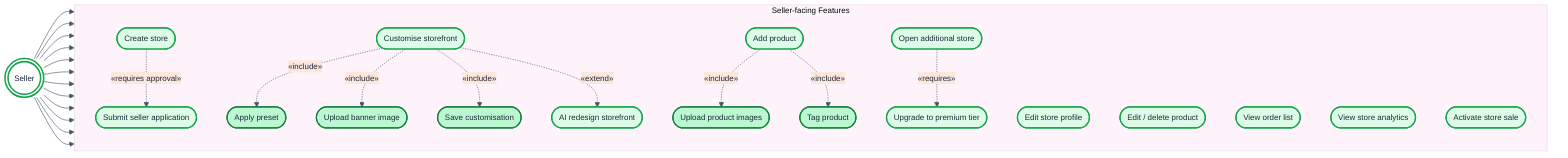
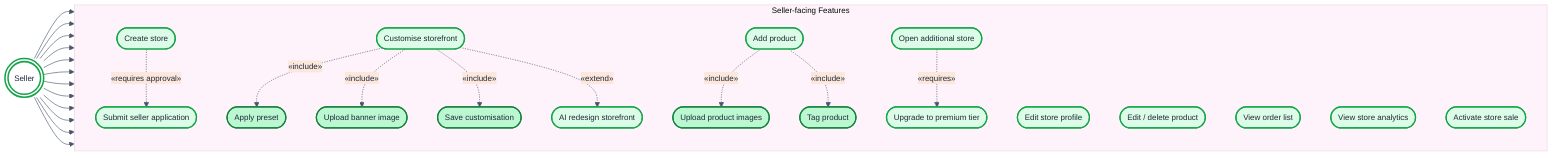
%%{init: {'theme':'base','themeVariables':{'primaryColor':'#DCFCE7','primaryBorderColor':'#16A34A','primaryTextColor':'#1E293B','lineColor':'#475569','fontFamily':'Helvetica','fontSize':'13px'}}}%%
flowchart LR
    S((("Seller")))

    subgraph SYS["Seller-facing Features"]
      direction TB
      UC1(["Submit seller application"])
      UC2(["Create store"])
      UC3(["Edit store profile"])
      UC4(["Customise storefront"])
      UC4a(["Apply preset"])
      UC4b(["Upload banner image"])
      UC4c(["Save customisation"])
      UC5(["Add product"])
      UC6(["Upload product images"])
      UC7(["Tag product"])
      UC8(["Edit / delete product"])
      UC9(["View order list"])
      UC10(["View store analytics"])
      UC11(["Upgrade to premium tier"])
      UC12(["Open additional store"])
      UC13(["Activate store sale"])
      UC14(["AI redesign storefront"])
    end

    S --> UC1
    S --> UC2
    S --> UC3
    S --> UC4
    S --> UC5
    S --> UC8
    S --> UC9
    S --> UC10
    S --> UC11
    S --> UC12
+     S --> UC13
+     S --> UC14

    UC2  -. "«requires approval»" .-> UC1
    UC4  -. "«include»" .-> UC4a
    UC4  -. "«include»" .-> UC4b
    UC4  -. "«include»" .-> UC4c
    UC4  -. "«extend»" .-> UC14
    UC5  -. "«include»" .-> UC6
    UC5  -. "«include»" .-> UC7
    UC12 -. "«requires»" .-> UC11
-     S --> UC13
-     S --> UC14

    classDef actor fill:#FFFFFF,stroke:#16A34A,stroke-width:2.5px,color:#1E293B
    classDef uc    fill:#DCFCE7,stroke:#16A34A,stroke-width:2px,color:#1E293B
    classDef sub   fill:#BBF7D0,stroke:#15803D,stroke-width:2px,color:#1E293B

    class S actor
    class UC1,UC2,UC3,UC4,UC5,UC8,UC9,UC10,UC11,UC12,UC13,UC14 uc
    class UC4a,UC4b,UC4c,UC6,UC7 sub
